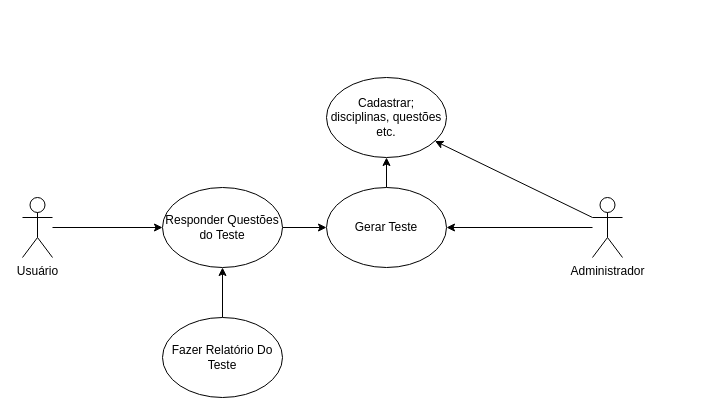
This is QuartaTarefa.drawio from ArcanjoDaGuarda/AnjoProjetos, a draw.io file, before an edit. Source tidied: cells renumbered, new cells numbered last; positions are measured from the earlier drawing's top-left corner, leaving out a move shared by most shapes. Both pictures are drawn from the tidied source at 100%, with x=0, y=0 at pixel (22, 77).
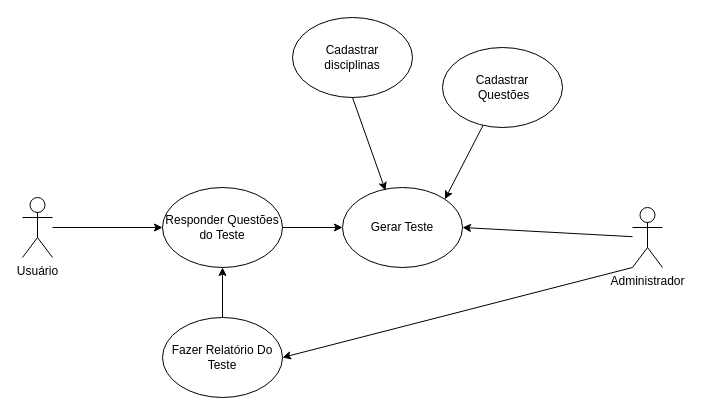
The same diagram, later.

The edit, as a diff of the source:
```diff
@@
 <mxGraphModel>
   <root>
     <mxCell id="0" />
     <mxCell id="1" parent="0" />
     <mxCell id="2" style="edgeStyle=orthogonalEdgeStyle;rounded=0;jettySize=auto;html=1;" parent="1" edge="1" source="3" target="10">
       <mxGeometry relative="1" as="geometry" />
     </mxCell>
     <mxCell id="3" value="Usuário" style="shape=umlActor;verticalLabelPosition=bottom;verticalAlign=top;html=1;outlineConnect=0;" parent="1" vertex="1">
       <mxGeometry y="120" width="30" height="60" as="geometry" />
     </mxCell>
-    <mxCell id="4" style="edgeStyle=orthogonalEdgeStyle;rounded=0;jettySize=auto;html=1;" parent="1" edge="1" source="5" target="8">
-      <mxGeometry relative="1" as="geometry" />
-    </mxCell>
     <mxCell id="5" value="Administrador" style="shape=umlActor;verticalLabelPosition=bottom;verticalAlign=top;html=1;outlineConnect=0;" parent="1" vertex="1">
-      <mxGeometry x="570" y="120" width="30" height="60" as="geometry" />
+      <mxGeometry x="610" y="130" width="30" height="60" as="geometry" />
     </mxCell>
-    <mxCell id="6" value="Cadastrar; disciplinas, questões etc.&lt;br&gt;" style="ellipse;whiteSpace=wrap;html=1;" parent="1" vertex="1">
-      <mxGeometry x="304" width="120" height="80" as="geometry" />
+    <mxCell id="6" value="Cadastrar &lt;br&gt;disciplinas" style="ellipse;whiteSpace=wrap;html=1;" parent="1" vertex="1">
+      <mxGeometry x="270" y="-60" width="120" height="80" as="geometry" />
     </mxCell>
-    <mxCell id="7" style="edgeStyle=orthogonalEdgeStyle;rounded=0;jettySize=auto;html=1;" parent="1" edge="1" source="8" target="6">
-      <mxGeometry relative="1" as="geometry" />
-    </mxCell>
     <mxCell id="8" value="Gerar Teste" style="ellipse;whiteSpace=wrap;html=1;" parent="1" vertex="1">
-      <mxGeometry x="304" y="110" width="120" height="80" as="geometry" />
+      <mxGeometry x="320" y="110" width="120" height="80" as="geometry" />
     </mxCell>
     <mxCell id="9" style="edgeStyle=orthogonalEdgeStyle;rounded=0;jettySize=auto;html=1;" parent="1" edge="1" source="10" target="8">
       <mxGeometry relative="1" as="geometry" />
     </mxCell>
     <mxCell id="10" value="Responder Questões do Teste" style="ellipse;whiteSpace=wrap;html=1;" parent="1" vertex="1">
       <mxGeometry x="140" y="110" width="120" height="80" as="geometry" />
     </mxCell>
-    <mxCell id="11" style="endArrow=classic;html=1;rounded=0;exitX=0;exitY=0.3333333333333333;exitDx=0;exitDy=0;exitPerimeter=0;" parent="1" edge="1" source="5" target="6">
-      <mxGeometry relative="1" as="geometry" />
-    </mxCell>
     <mxCell id="12" style="edgeStyle=orthogonalEdgeStyle;rounded=0;jettySize=auto;html=1;" parent="1" edge="1" source="13" target="10">
       <mxGeometry relative="1" as="geometry" />
     </mxCell>
     <mxCell id="13" value="Fazer Relatório Do Teste" style="ellipse;whiteSpace=wrap;html=1;" parent="1" vertex="1">
       <mxGeometry x="140" y="240" width="120" height="80" as="geometry" />
     </mxCell>
+    <mxCell id="14" value="Cadastrar&lt;br&gt;&amp;nbsp;Questões" style="ellipse;whiteSpace=wrap;html=1;" parent="1" vertex="1">
+      <mxGeometry x="420" y="-30" width="120" height="80" as="geometry" />
+    </mxCell>
+    <mxCell id="15" style="endArrow=classic;html=1;rounded=0;entryX=0.358;entryY=0.038;entryDx=0;entryDy=0;entryPerimeter=0;exitX=0.5;exitY=1;exitDx=0;exitDy=0;" parent="1" edge="1" source="6" target="8">
+      <mxGeometry relative="1" as="geometry" />
+    </mxCell>
+    <mxCell id="16" style="endArrow=classic;html=1;rounded=0;entryX=1;entryY=0;entryDx=0;entryDy=0;" parent="1" edge="1" source="14" target="8">
+      <mxGeometry relative="1" as="geometry" />
+    </mxCell>
+    <mxCell id="4" style="endArrow=classic;html=1;rounded=0;entryX=1;entryY=0.5;entryDx=0;entryDy=0;" parent="1" edge="1" source="5" target="8">
+      <mxGeometry relative="1" as="geometry" />
+    </mxCell>
+    <mxCell id="17" style="endArrow=classic;html=1;rounded=0;exitX=0;exitY=1;exitDx=0;exitDy=0;exitPerimeter=0;entryX=1;entryY=0.5;entryDx=0;entryDy=0;" parent="1" edge="1" source="5" target="13">
+      <mxGeometry relative="1" as="geometry" />
+    </mxCell>
   </root>
 </mxGraphModel>
```
